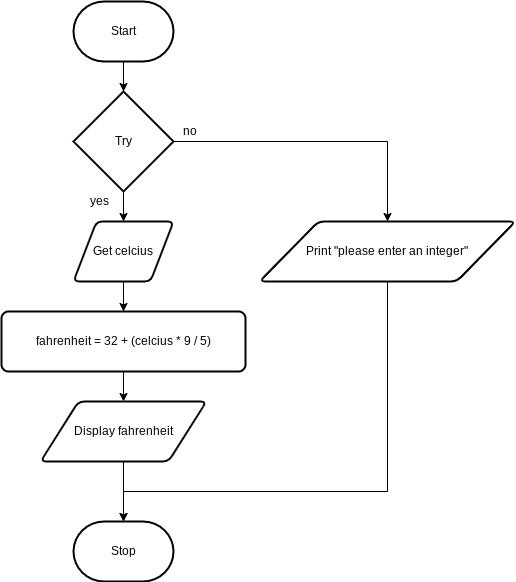
Samuel-Webster-178/ICS3U-Unit5-Unit5-01-Python keeps this draw.io diagram as flowchart.png. Above is the earlier version. Source tidied: cells renumbered, new cells last; positions are measured from the earlier drawing's top-left corner, leaving out a move shared by most shapes.
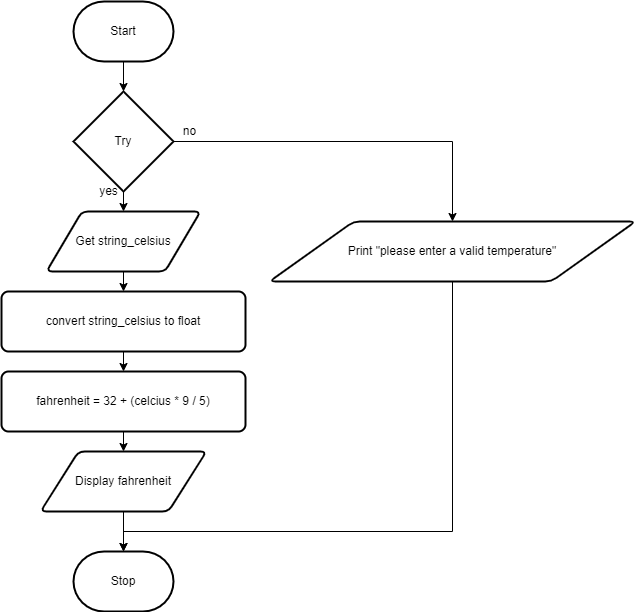
Later version of the same file.

The edit, as a diff of the source:
```diff
@@ -11,23 +11,20 @@
     <mxCell id="4" style="edgeStyle=none;html=1;" parent="1" edge="1" source="5" target="7">
       <mxGeometry relative="1" as="geometry" />
     </mxCell>
-    <mxCell id="5" value="Get celcius" style="shape=parallelogram;html=1;strokeWidth=2;perimeter=parallelogramPerimeter;whiteSpace=wrap;rounded=1;arcSize=12;size=0.23;" parent="1" vertex="1">
-      <mxGeometry x="72" y="220" width="100" height="60" as="geometry" />
+    <mxCell id="5" value="Get string_celsius" style="shape=parallelogram;html=1;strokeWidth=2;perimeter=parallelogramPerimeter;whiteSpace=wrap;rounded=1;arcSize=12;size=0.23;" parent="1" vertex="1">
+      <mxGeometry x="45" y="210" width="154" height="60" as="geometry" />
     </mxCell>
-    <mxCell id="6" style="edgeStyle=none;html=1;" parent="1" edge="1" source="7" target="9">
-      <mxGeometry relative="1" as="geometry" />
-    </mxCell>
+    <mxCell id="18" style="edgeStyle=none;html=1;entryX=0.5;entryY=0;entryDx=0;entryDy=0;" parent="1" edge="1" source="7" target="20">
+      <mxGeometry relative="1" as="geometry" />
+    </mxCell>
-    <mxCell id="7" value="fahrenheit = 32 + (celcius * 9 / 5)" style="rounded=1;whiteSpace=wrap;html=1;absoluteArcSize=1;arcSize=14;strokeWidth=2;" parent="1" vertex="1">
-      <mxGeometry y="310" width="244" height="60" as="geometry" />
+    <mxCell id="7" value="convert string_celsius to float" style="rounded=1;whiteSpace=wrap;html=1;absoluteArcSize=1;arcSize=14;strokeWidth=2;" parent="1" vertex="1">
+      <mxGeometry y="290" width="244" height="60" as="geometry" />
     </mxCell>
     <mxCell id="8" style="edgeStyle=orthogonalEdgeStyle;rounded=0;html=1;entryX=0.5;entryY=0;entryDx=0;entryDy=0;entryPerimeter=0;" parent="1" edge="1" source="9" target="10">
       <mxGeometry relative="1" as="geometry" />
     </mxCell>
-    <mxCell id="9" value="Display fahrenheit" style="shape=parallelogram;html=1;strokeWidth=2;perimeter=parallelogramPerimeter;whiteSpace=wrap;rounded=1;arcSize=12;size=0.23;" parent="1" vertex="1">
-      <mxGeometry x="39" y="400" width="166" height="60" as="geometry" />
-    </mxCell>
     <mxCell id="10" value="Stop" style="strokeWidth=2;html=1;shape=mxgraph.flowchart.terminator;whiteSpace=wrap;" parent="1" vertex="1">
-      <mxGeometry x="72" y="520" width="100" height="60" as="geometry" />
+      <mxGeometry x="72" y="550" width="100" height="60" as="geometry" />
     </mxCell>
     <mxCell id="11" style="edgeStyle=none;html=1;" parent="1" edge="1" source="13" target="5">
       <mxGeometry relative="1" as="geometry" />
@@ -38,22 +35,38 @@
     <mxCell id="13" value="Try" style="strokeWidth=2;html=1;shape=mxgraph.flowchart.decision;whiteSpace=wrap;" parent="1" vertex="1">
       <mxGeometry x="72" y="90" width="100" height="100" as="geometry" />
     </mxCell>
-    <mxCell id="14" style="edgeStyle=orthogonalEdgeStyle;rounded=0;html=1;" parent="1" edge="1" source="15" target="10">
+    <mxCell id="14" style="edgeStyle=orthogonalEdgeStyle;rounded=0;html=1;startArrow=none;" parent="1" edge="1" source="9" target="10">
       <mxGeometry relative="1" as="geometry">
         <Array as="points">
-          <mxPoint x="386" y="490" />
           <mxPoint x="122" y="490" />
         </Array>
       </mxGeometry>
     </mxCell>
-    <mxCell id="15" value="Print &quot;please enter an integer&quot;" style="shape=parallelogram;html=1;strokeWidth=2;perimeter=parallelogramPerimeter;whiteSpace=wrap;rounded=1;arcSize=12;size=0.23;" parent="1" vertex="1">
-      <mxGeometry x="258" y="220" width="256" height="60" as="geometry" />
+    <mxCell id="15" value="Print &quot;please enter a valid temperature&quot;" style="shape=parallelogram;html=1;strokeWidth=2;perimeter=parallelogramPerimeter;whiteSpace=wrap;rounded=1;arcSize=12;size=0.23;" parent="1" vertex="1">
+      <mxGeometry x="268" y="220" width="366" height="60" as="geometry" />
     </mxCell>
     <mxCell id="16" value="yes" style="text;html=1;align=center;verticalAlign=middle;strokeColor=none;fillColor=none;" parent="1" vertex="1">
-      <mxGeometry x="83" y="190" width="30" height="20" as="geometry" />
+      <mxGeometry x="92" y="180" width="30" height="20" as="geometry" />
     </mxCell>
     <mxCell id="17" value="no" style="text;html=1;align=center;verticalAlign=middle;strokeColor=none;fillColor=none;" parent="1" vertex="1">
       <mxGeometry x="173" y="120" width="30" height="20" as="geometry" />
     </mxCell>
+    <mxCell id="19" style="edgeStyle=none;html=1;entryX=0.5;entryY=0;entryDx=0;entryDy=0;" parent="1" edge="1" source="20" target="9">
+      <mxGeometry relative="1" as="geometry" />
+    </mxCell>
+    <mxCell id="20" value="fahrenheit = 32 + (celcius * 9 / 5)" style="rounded=1;whiteSpace=wrap;html=1;absoluteArcSize=1;arcSize=14;strokeWidth=2;" parent="1" vertex="1">
+      <mxGeometry y="370" width="244" height="60" as="geometry" />
+    </mxCell>
+    <mxCell id="9" value="Display fahrenheit" style="shape=parallelogram;html=1;strokeWidth=2;perimeter=parallelogramPerimeter;whiteSpace=wrap;rounded=1;arcSize=12;size=0.23;" parent="1" vertex="1">
+      <mxGeometry x="39" y="450" width="166" height="60" as="geometry" />
+    </mxCell>
+    <mxCell id="21" style="edgeStyle=orthogonalEdgeStyle;rounded=0;html=1;endArrow=none;" parent="1" edge="1" source="15" target="9">
+      <mxGeometry relative="1" as="geometry">
+        <Array as="points">
+          <mxPoint x="451" y="530" />
+          <mxPoint x="122" y="530" />
+        </Array>
+      </mxGeometry>
+    </mxCell>
   </root>
 </mxGraphModel>
```
